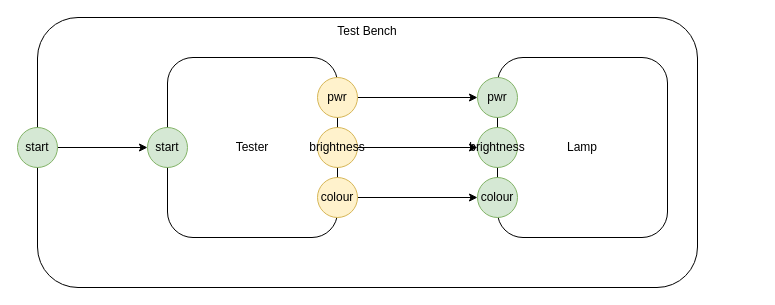
Earlier version of the draw.io diagram page "Lamp Tester" (6 of 7) of hsm.drawio (guitarvydas/hsm). Source tidied: cells renumbered, new cells numbered last; positions are measured from the earlier drawing's top-left corner, leaving out a move shared by most shapes. Both pictures are drawn from the tidied source at 100%, with x=0, y=0 at pixel (17, 17).
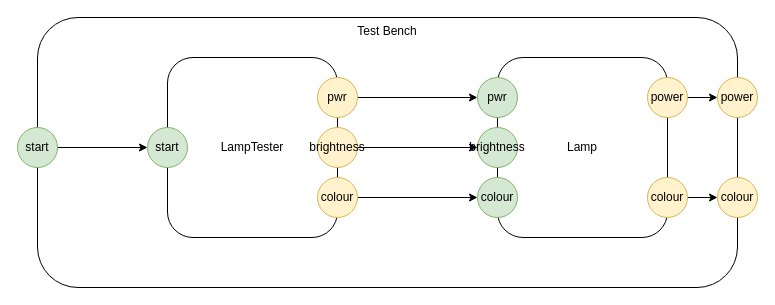
Above is the later version.

Change to the diagram source:
```diff
@@
     <mxCell id="2" value="Test Bench" style="rounded=1;whiteSpace=wrap;html=1;verticalAlign=top;" parent="1" vertex="1">
-      <mxGeometry x="20" width="660" height="270" as="geometry" />
+      <mxGeometry x="20" width="700" height="270" as="geometry" />
     </mxCell>
@@
-    <mxCell id="4" value="Tester" style="rounded=1;whiteSpace=wrap;html=1;" parent="1" vertex="1">
+    <mxCell id="4" value="LampTester" style="rounded=1;whiteSpace=wrap;html=1;" parent="1" vertex="1">
       <mxGeometry x="150" y="40" width="170" height="180" as="geometry" />
     </mxCell>
@@
+    <mxCell id="17" style="edgeStyle=orthogonalEdgeStyle;rounded=0;jettySize=auto;html=1;exitX=1;exitY=0.5;exitDx=0;exitDy=0;entryX=0;entryY=0.5;entryDx=0;entryDy=0;" parent="1" edge="1" source="18" target="21">
+      <mxGeometry relative="1" as="geometry" />
+    </mxCell>
+    <mxCell id="18" value="power" style="ellipse;whiteSpace=wrap;html=1;fillColor=#fff2cc;strokeColor=#d6b656;" parent="1" vertex="1">
+      <mxGeometry x="630" y="60" width="40" height="40" as="geometry" />
+    </mxCell>
+    <mxCell id="19" style="edgeStyle=orthogonalEdgeStyle;rounded=0;jettySize=auto;html=1;exitX=1;exitY=0.5;exitDx=0;exitDy=0;" parent="1" edge="1" source="20" target="22">
+      <mxGeometry relative="1" as="geometry" />
+    </mxCell>
+    <mxCell id="20" value="colour" style="ellipse;whiteSpace=wrap;html=1;fillColor=#fff2cc;strokeColor=#d6b656;" parent="1" vertex="1">
+      <mxGeometry x="630" y="160" width="40" height="40" as="geometry" />
+    </mxCell>
+    <mxCell id="21" value="power" style="ellipse;whiteSpace=wrap;html=1;fillColor=#fff2cc;strokeColor=#d6b656;" parent="1" vertex="1">
+      <mxGeometry x="700" y="60" width="40" height="40" as="geometry" />
+    </mxCell>
+    <mxCell id="22" value="colour" style="ellipse;whiteSpace=wrap;html=1;fillColor=#fff2cc;strokeColor=#d6b656;" parent="1" vertex="1">
+      <mxGeometry x="700" y="160" width="40" height="40" as="geometry" />
+    </mxCell>
```
